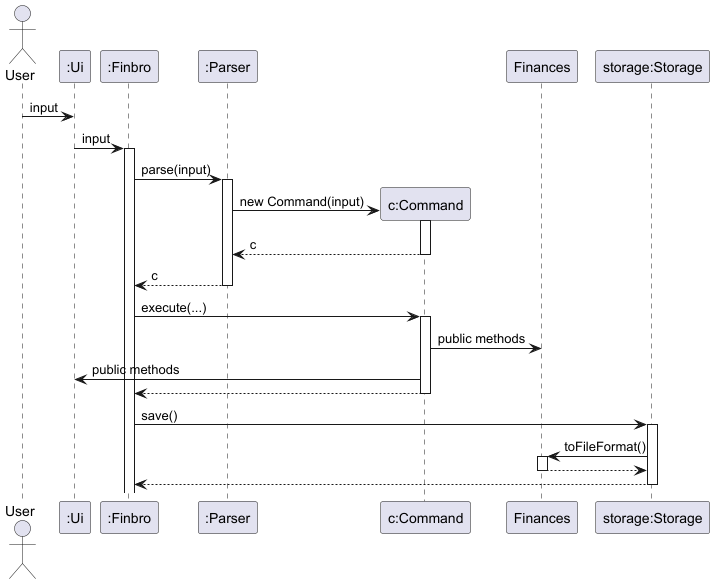
zihaoalt/tp keeps this PlantUML diagram as docs/UML_diagrams/images/ArchitectureInteraction.png. Above is the earlier version.
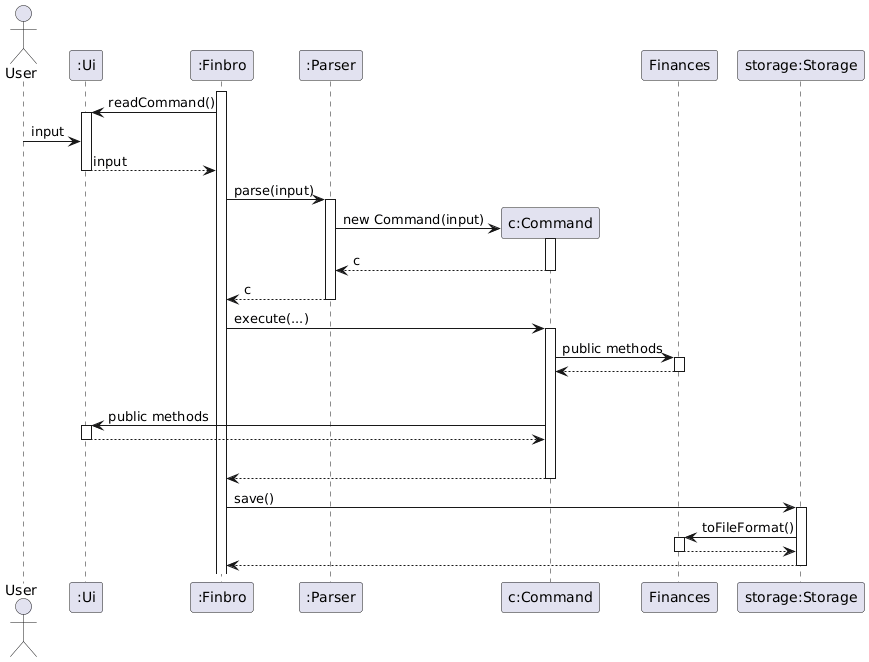
Later version of the same file.

Commit message:
Fix the initial ui finbro and parser interaction for add delete architecture and view and also remove the background color for these

What changed in the source:
```diff
@@ -5,9 +5,11 @@
 participant ":Finbro" as finbro
 participant ":Parser" as parser
 
-user -> ui: input
+activate finbro
+finbro -> ui ++ : readCommand()
+user -> ui : input
+ui --> finbro -- : input
 
-ui -> finbro++: input
 finbro -> parser++: parse(input)
 create "c:Command" as command
 parser -> command++: new Command(input)
@@ -19,13 +21,17 @@
 participant "storage:Storage" as storage
 
 finbro -> command++: execute(...)
-command -> finances: public methods
-command -> ui: public methods
+command -> finances++: public methods
+return
+|||
+command -> ui++: public methods
+return
+
+|||
 return
 
 finbro -> storage++: save()
 storage -> finances++: toFileFormat()
 return
 return
-
 @enduml
```
